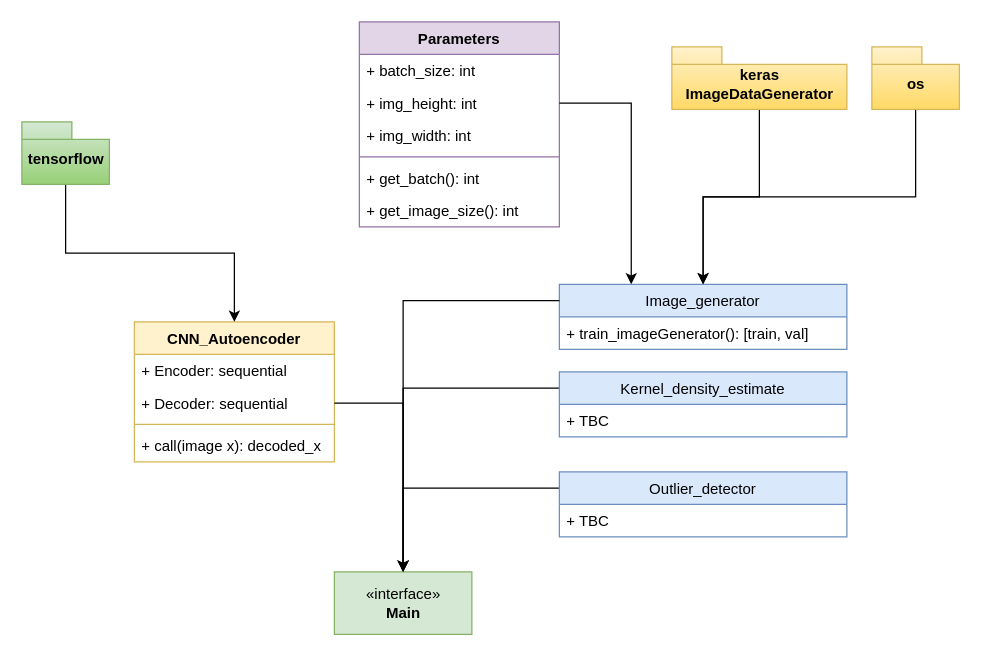
Before: CNN_Autoencoder.drawio in RossErskine/CNN-Autoencoder, a draw.io diagram. Source tidied: cells renumbered, new cells numbered last; positions are measured from the earlier drawing's top-left corner, leaving out a move shared by most shapes. Both pictures are drawn from the tidied source at 125%, with x=0, y=0 at pixel (21, 21).
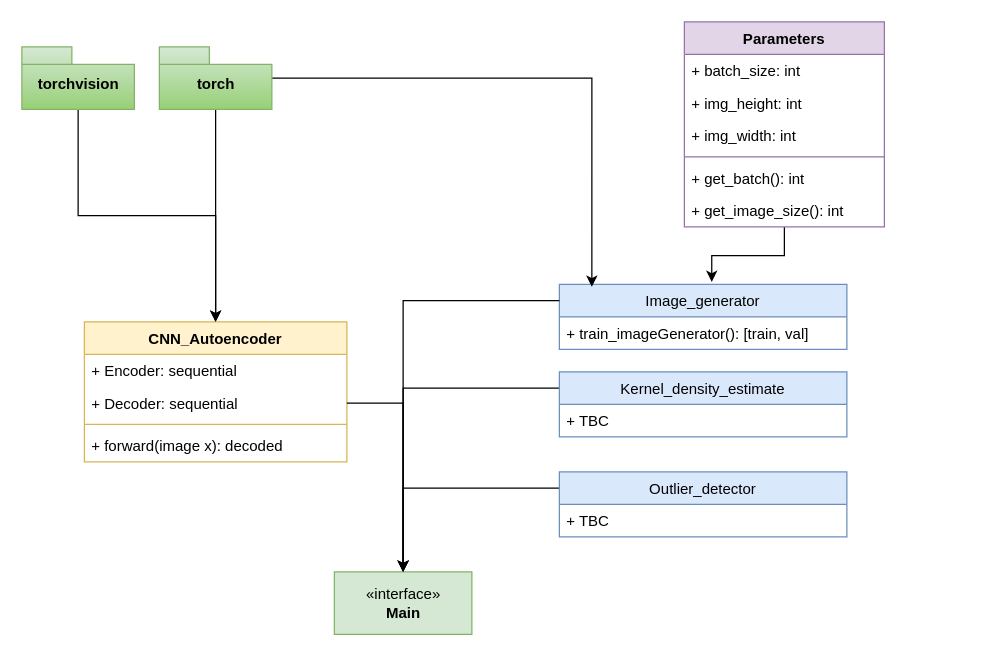
The same diagram, later.

The change refers to these unchanged cells:
```xml
<mxCell id="8" value="Image_generator" style="swimlane;fontStyle=0;horizontal=1;startSize=26;fillColor=#dae8fc;strokeColor=#6c8ebf;" parent="1" vertex="1">
  <mxGeometry x="430" y="210" width="230" height="52" as="geometry" />
</mxCell>
<mxCell id="12" value="+ img_height: int" style="text;strokeColor=none;fillColor=none;align=left;verticalAlign=top;spacingLeft=4;spacingRight=4;overflow=hidden;points=[[0,0.5],[1,0.5]];portConstraint=eastwest;" parent="10" vertex="1">
  <mxGeometry y="52" width="160" height="26" as="geometry" />
</mxCell>
```

What changed in the source:
```diff
@@
     <mxCell id="3" value="CNN_Autoencoder" style="swimlane;fontStyle=1;align=center;verticalAlign=top;horizontal=1;startSize=26;fillColor=#fff2cc;strokeColor=#d6b656;" parent="1" vertex="1">
-      <mxGeometry x="90" y="240" width="160" height="112" as="geometry" />
+      <mxGeometry x="50" y="240" width="210" height="112" as="geometry" />
     </mxCell>
     <mxCell id="4" value="+ Encoder: sequential" style="text;strokeColor=none;fillColor=none;align=left;verticalAlign=top;spacingLeft=4;spacingRight=4;overflow=hidden;" parent="3" vertex="1">
-      <mxGeometry y="26" width="160" height="26" as="geometry" />
+      <mxGeometry y="26" width="210" height="26" as="geometry" />
     </mxCell>
     <mxCell id="5" value="+ Decoder: sequential" style="text;strokeColor=none;fillColor=none;align=left;verticalAlign=top;spacingLeft=4;spacingRight=4;overflow=hidden;points=[[0,0.5],[1,0.5]];portConstraint=eastwest;" parent="3" vertex="1">
-      <mxGeometry y="52" width="160" height="26" as="geometry" />
+      <mxGeometry y="52" width="210" height="26" as="geometry" />
     </mxCell>
     <mxCell id="6" style="line;strokeWidth=1;fillColor=none;align=left;verticalAlign=middle;spacingTop=-1;spacingLeft=3;spacingRight=3;labelPosition=right;strokeColor=inherit;" parent="3" vertex="1">
-      <mxGeometry y="78" width="160" height="8" as="geometry" />
+      <mxGeometry y="78" width="210" height="8" as="geometry" />
     </mxCell>
-    <mxCell id="7" value="+ call(image x): decoded_x" style="text;strokeColor=none;fillColor=none;align=left;verticalAlign=top;spacingLeft=4;spacingRight=4;overflow=hidden;" parent="3" vertex="1">
-      <mxGeometry y="86" width="160" height="26" as="geometry" />
+    <mxCell id="7" value="+ forward(image x): decoded" style="text;strokeColor=none;fillColor=none;align=left;verticalAlign=top;spacingLeft=4;spacingRight=4;overflow=hidden;" parent="3" vertex="1">
+      <mxGeometry y="86" width="210" height="26" as="geometry" />
     </mxCell>
@@
+    <mxCell id="32" style="edgeStyle=orthogonalEdgeStyle;rounded=0;jettySize=auto;html=1;entryX=0.53;entryY=-0.038;entryDx=0;entryDy=0;entryPerimeter=0;" parent="1" edge="1" source="10" target="8">
+      <mxGeometry relative="1" as="geometry" />
+    </mxCell>
     <mxCell id="10" value="Parameters" style="swimlane;fontStyle=1;align=center;verticalAlign=top;horizontal=1;startSize=26;fillColor=#e1d5e7;strokeColor=#9673a6;" parent="1" vertex="1">
-      <mxGeometry x="270" width="160" height="164" as="geometry" />
+      <mxGeometry x="530" width="160" height="164" as="geometry" />
     </mxCell>
@@
-    <mxCell id="18" value="tensorflow" style="shape=folder;fontStyle=1;spacingTop=10;tabWidth=40;tabHeight=14;tabPosition=left;html=1;fillColor=#d5e8d4;strokeColor=#82b366;gradientColor=#97d077;" parent="1" vertex="1">
-      <mxGeometry y="80" width="70" height="50" as="geometry" />
+    <mxCell id="18" value="torchvision" style="shape=folder;fontStyle=1;spacingTop=10;tabWidth=40;tabHeight=14;tabPosition=left;html=1;fillColor=#d5e8d4;strokeColor=#82b366;gradientColor=#97d077;" parent="1" vertex="1">
+      <mxGeometry y="20" width="90" height="50" as="geometry" />
     </mxCell>
-    <mxCell id="19" style="edgeStyle=orthogonalEdgeStyle;rounded=0;jettySize=auto;html=1;exitX=1;exitY=0.5;exitDx=0;exitDy=0;entryX=0.25;entryY=0;entryDx=0;entryDy=0;" parent="1" edge="1" source="12" target="8">
-      <mxGeometry relative="1" as="geometry" />
-    </mxCell>
-    <mxCell id="20" style="edgeStyle=orthogonalEdgeStyle;rounded=0;jettySize=auto;html=1;exitX=0.5;exitY=1;exitDx=0;exitDy=0;exitPerimeter=0;entryX=0.5;entryY=0;entryDx=0;entryDy=0;" parent="1" edge="1" source="21" target="8">
-      <mxGeometry relative="1" as="geometry" />
-    </mxCell>
-    <mxCell id="21" value="os" style="shape=folder;fontStyle=1;spacingTop=10;tabWidth=40;tabHeight=14;tabPosition=left;html=1;fillColor=#fff2cc;strokeColor=#d6b656;gradientColor=#ffd966;" parent="1" vertex="1">
-      <mxGeometry x="680" y="20" width="70" height="50" as="geometry" />
-    </mxCell>
@@
-    <mxCell id="24" style="edgeStyle=orthogonalEdgeStyle;rounded=0;jettySize=auto;html=1;exitX=0.5;exitY=1;exitDx=0;exitDy=0;exitPerimeter=0;entryX=0.5;entryY=0;entryDx=0;entryDy=0;" parent="1" edge="1" source="25" target="8">
-      <mxGeometry relative="1" as="geometry" />
-    </mxCell>
-    <mxCell id="25" value="keras&lt;br&gt;ImageDataGenerator" style="shape=folder;fontStyle=1;spacingTop=10;tabWidth=40;tabHeight=14;tabPosition=left;html=1;fillColor=#fff2cc;strokeColor=#d6b656;gradientColor=#ffd966;" parent="1" vertex="1">
-      <mxGeometry x="520" y="20" width="140" height="50" as="geometry" />
-    </mxCell>
@@
+    <mxCell id="33" style="edgeStyle=orthogonalEdgeStyle;rounded=0;jettySize=auto;html=1;exitX=0.5;exitY=1;exitDx=0;exitDy=0;exitPerimeter=0;" parent="1" edge="1" source="35" target="3">
+      <mxGeometry relative="1" as="geometry" />
+    </mxCell>
+    <mxCell id="34" style="edgeStyle=orthogonalEdgeStyle;rounded=0;jettySize=auto;html=1;entryX=0.113;entryY=0.038;entryDx=0;entryDy=0;entryPerimeter=0;" parent="1" edge="1" source="35" target="8">
+      <mxGeometry relative="1" as="geometry" />
+    </mxCell>
+    <mxCell id="35" value="torch" style="shape=folder;fontStyle=1;spacingTop=10;tabWidth=40;tabHeight=14;tabPosition=left;html=1;fillColor=#d5e8d4;strokeColor=#82b366;gradientColor=#97d077;" parent="1" vertex="1">
+      <mxGeometry x="110" y="20" width="90" height="50" as="geometry" />
+    </mxCell>
```
